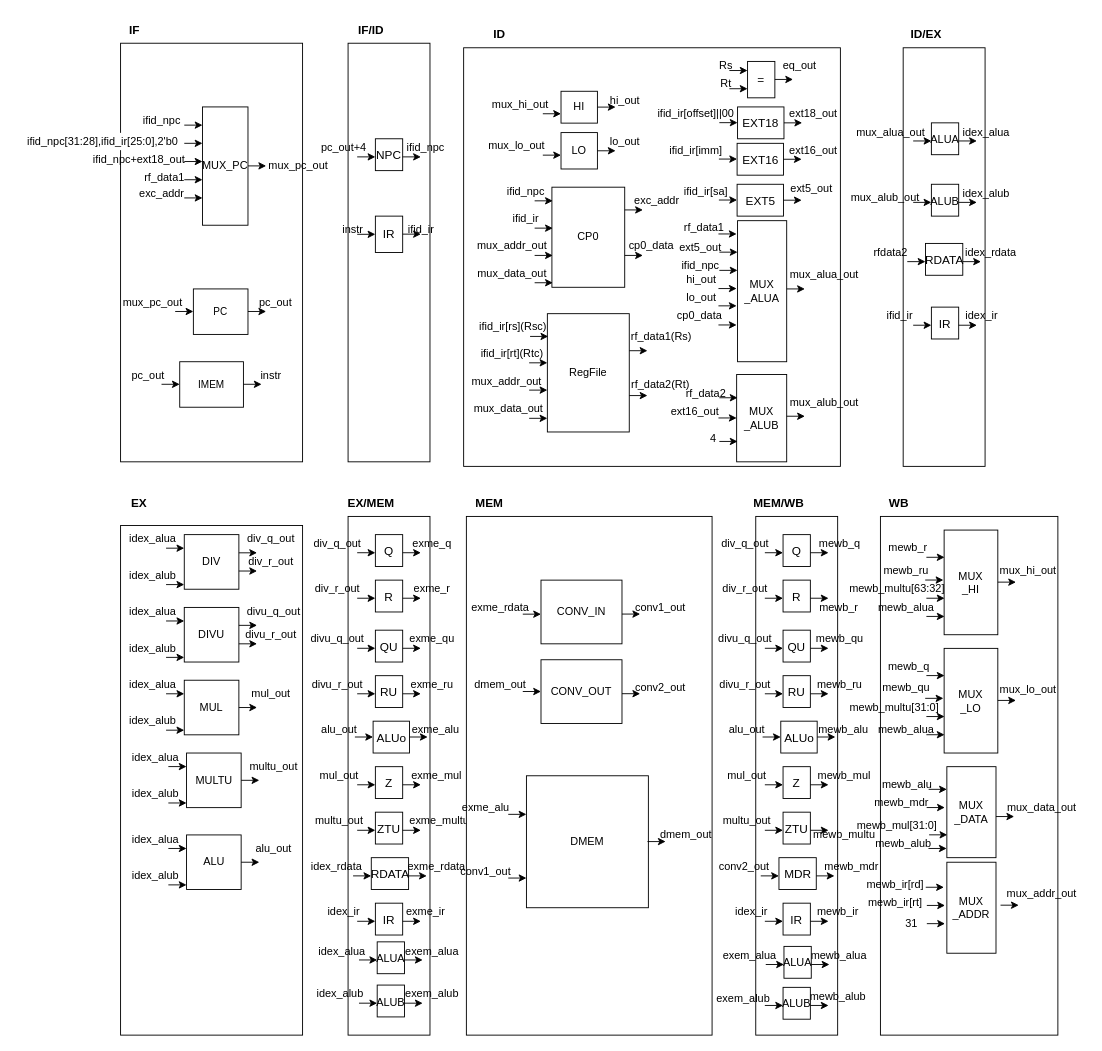
Earlier version of the draw.io diagram 静态流水线2.drawio (Raxio-Z/VGA_Game). Source tidied: cells renumbered, new cells numbered last; positions are measured from the earlier drawing's top-left corner, leaving out a move shared by most shapes. Both pictures are drawn from the tidied source at 91%, with x=0, y=0 at pixel (15, 15).
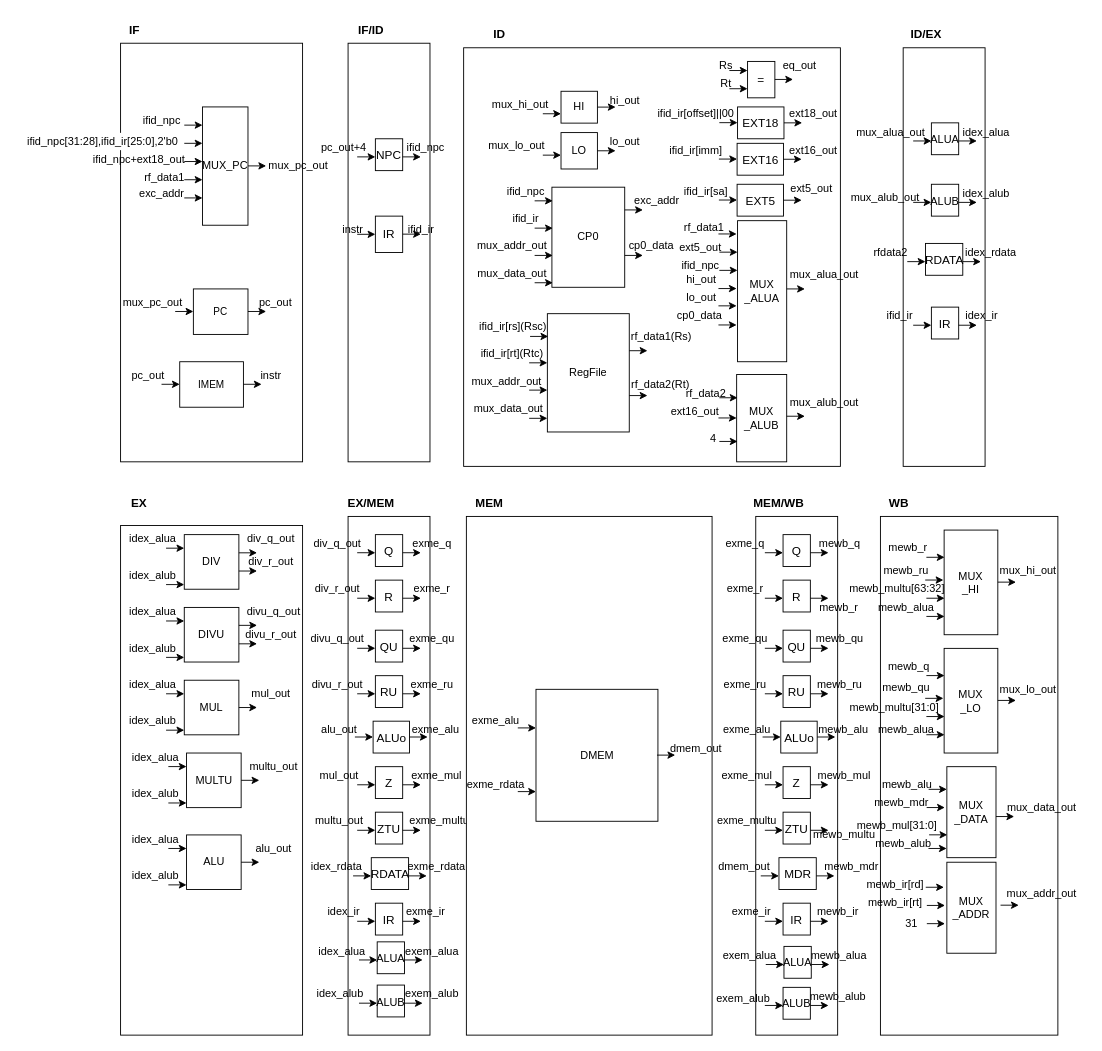
The same page after the edit.

Commit message:
更新静态流水线2.drawio

The edit, as a diff of the source:
```diff
@@
-<mxGraphModel>
+<mxGraphModel background="#ffffff">
@@
-    <mxCell id="229" value="CONV_IN" style="rounded=0;whiteSpace=wrap;html=1;fontSize=12;" parent="1" vertex="1">
-      <mxGeometry x="577" y="620" width="89" height="70" as="geometry" />
-    </mxCell>
-    <mxCell id="230" value="exme_rdata" style="text;html=1;align=center;verticalAlign=middle;fillColor=none;strokeColor=none;rounded=0;" parent="1" vertex="1">
-      <mxGeometry x="487" y="635" width="90" height="30" as="geometry" />
-    </mxCell>
-    <mxCell id="231" style="edgeStyle=none;orthogonalLoop=1;jettySize=auto;html=1;rounded=0;" parent="1" edge="1">
-      <mxGeometry relative="1" as="geometry">
-        <mxPoint x="557" y="657.4" as="sourcePoint" />
-        <mxPoint x="577" y="657.4" as="targetPoint" />
-      </mxGeometry>
-    </mxCell>
-    <mxCell id="232" style="edgeStyle=none;orthogonalLoop=1;jettySize=auto;html=1;rounded=0;" parent="1" edge="1">
-      <mxGeometry relative="1" as="geometry">
-        <mxPoint x="666" y="657.3" as="sourcePoint" />
-        <mxPoint x="686" y="657.3" as="targetPoint" />
-      </mxGeometry>
-    </mxCell>
-    <mxCell id="233" value="conv1_out" style="text;html=1;align=center;verticalAlign=middle;fillColor=none;strokeColor=none;rounded=0;" parent="1" vertex="1">
-      <mxGeometry x="668" y="635" width="80" height="30" as="geometry" />
-    </mxCell>
-    <mxCell id="234" value="CONV_OUT" style="rounded=0;whiteSpace=wrap;html=1;fontSize=12;" parent="1" vertex="1">
-      <mxGeometry x="577" y="707.5" width="89" height="70" as="geometry" />
-    </mxCell>
-    <mxCell id="235" value="dmem_out" style="text;html=1;align=center;verticalAlign=middle;fillColor=none;strokeColor=none;rounded=0;" parent="1" vertex="1">
-      <mxGeometry x="492" y="720" width="80" height="30" as="geometry" />
-    </mxCell>
-    <mxCell id="236" style="edgeStyle=none;orthogonalLoop=1;jettySize=auto;html=1;rounded=0;" parent="1" edge="1">
-      <mxGeometry relative="1" as="geometry">
-        <mxPoint x="557" y="742.4" as="sourcePoint" />
-        <mxPoint x="577" y="742.4" as="targetPoint" />
-      </mxGeometry>
-    </mxCell>
-    <mxCell id="237" style="edgeStyle=none;orthogonalLoop=1;jettySize=auto;html=1;rounded=0;" parent="1" edge="1">
-      <mxGeometry relative="1" as="geometry">
-        <mxPoint x="666" y="744.8" as="sourcePoint" />
-        <mxPoint x="686" y="744.8" as="targetPoint" />
-      </mxGeometry>
-    </mxCell>
-    <mxCell id="238" value="conv2_out" style="text;html=1;align=center;verticalAlign=middle;fillColor=none;strokeColor=none;rounded=0;" parent="1" vertex="1">
-      <mxGeometry x="668" y="722.5" width="80" height="30" as="geometry" />
-    </mxCell>
     <mxCell id="239" value="DMEM" style="rounded=0;whiteSpace=wrap;html=1;fontSize=12;" parent="1" vertex="1">
-      <mxGeometry x="561" y="835" width="134" height="145" as="geometry" />
+      <mxGeometry x="571.5" y="740" width="134" height="145" as="geometry" />
     </mxCell>
     <mxCell id="240" value="exme_alu" style="text;html=1;align=center;verticalAlign=middle;fillColor=none;strokeColor=none;rounded=0;" parent="1" vertex="1">
-      <mxGeometry x="476" y="855" width="80" height="30" as="geometry" />
+      <mxGeometry x="486.5" y="760" width="80" height="30" as="geometry" />
     </mxCell>
     <mxCell id="241" style="edgeStyle=none;orthogonalLoop=1;jettySize=auto;html=1;rounded=0;" parent="1" edge="1">
       <mxGeometry relative="1" as="geometry">
-        <mxPoint x="541" y="877.4" as="sourcePoint" />
-        <mxPoint x="561" y="877.4" as="targetPoint" />
+        <mxPoint x="551.5" y="782.4" as="sourcePoint" />
+        <mxPoint x="571.5" y="782.4" as="targetPoint" />
       </mxGeometry>
     </mxCell>
-    <mxCell id="242" value="conv1_out" style="text;html=1;align=center;verticalAlign=middle;fillColor=none;strokeColor=none;rounded=0;" parent="1" vertex="1">
-      <mxGeometry x="476" y="925" width="80" height="30" as="geometry" />
+    <mxCell id="242" value="exme_rdata" style="text;html=1;align=center;verticalAlign=middle;fillColor=none;strokeColor=none;rounded=0;" parent="1" vertex="1">
+      <mxGeometry x="481.5" y="830" width="90" height="30" as="geometry" />
     </mxCell>
     <mxCell id="243" style="edgeStyle=none;orthogonalLoop=1;jettySize=auto;html=1;rounded=0;" parent="1" edge="1">
       <mxGeometry relative="1" as="geometry">
-        <mxPoint x="541" y="947.4" as="sourcePoint" />
-        <mxPoint x="561" y="947.4" as="targetPoint" />
+        <mxPoint x="551.5" y="852.4" as="sourcePoint" />
+        <mxPoint x="571.5" y="852.4" as="targetPoint" />
       </mxGeometry>
     </mxCell>
     <mxCell id="244" style="edgeStyle=none;orthogonalLoop=1;jettySize=auto;html=1;rounded=0;" parent="1" edge="1">
       <mxGeometry relative="1" as="geometry">
-        <mxPoint x="694" y="907.3" as="sourcePoint" />
-        <mxPoint x="714" y="907.3" as="targetPoint" />
+        <mxPoint x="704.5" y="812.3" as="sourcePoint" />
+        <mxPoint x="724.5" y="812.3" as="targetPoint" />
       </mxGeometry>
     </mxCell>
     <mxCell id="245" value="dmem_out" style="text;html=1;align=center;verticalAlign=middle;fillColor=none;strokeColor=none;rounded=0;" parent="1" vertex="1">
-      <mxGeometry x="696" y="885" width="80" height="30" as="geometry" />
+      <mxGeometry x="706.5" y="790" width="80" height="30" as="geometry" />
     </mxCell>
@@
-    <mxCell id="251" value="div_q_out" style="text;html=1;align=center;verticalAlign=middle;fillColor=none;strokeColor=none;rounded=0;" parent="1" vertex="1">
-      <mxGeometry x="760.5" y="565" width="80" height="30" as="geometry" />
+    <mxCell id="251" value="exme_q" style="text;html=1;align=center;verticalAlign=middle;fillColor=none;strokeColor=none;rounded=0;" parent="1" vertex="1">
+      <mxGeometry x="765.5" y="565" width="70" height="30" as="geometry" />
     </mxCell>
@@
-    <mxCell id="256" value="divu_q_out" style="text;html=1;align=center;verticalAlign=middle;fillColor=none;strokeColor=none;rounded=0;" parent="1" vertex="1">
-      <mxGeometry x="760.5" y="670" width="80" height="30" as="geometry" />
+    <mxCell id="256" value="exme_qu" style="text;html=1;align=center;verticalAlign=middle;fillColor=none;strokeColor=none;rounded=0;" parent="1" vertex="1">
+      <mxGeometry x="765.5" y="670" width="70" height="30" as="geometry" />
     </mxCell>
@@
-    <mxCell id="261" value="div_r_out" style="text;html=1;align=center;verticalAlign=middle;fillColor=none;strokeColor=none;rounded=0;" parent="1" vertex="1">
-      <mxGeometry x="765.5" y="615" width="70" height="30" as="geometry" />
+    <mxCell id="261" value="exme_r" style="text;html=1;align=center;verticalAlign=middle;fillColor=none;strokeColor=none;rounded=0;" parent="1" vertex="1">
+      <mxGeometry x="770.5" y="615" width="60" height="30" as="geometry" />
     </mxCell>
@@
-    <mxCell id="266" value="divu_r_out" style="text;html=1;align=center;verticalAlign=middle;fillColor=none;strokeColor=none;rounded=0;" parent="1" vertex="1">
-      <mxGeometry x="760.5" y="720" width="80" height="30" as="geometry" />
+    <mxCell id="266" value="exme_ru" style="text;html=1;align=center;verticalAlign=middle;fillColor=none;strokeColor=none;rounded=0;" parent="1" vertex="1">
+      <mxGeometry x="765.5" y="720" width="70" height="30" as="geometry" />
     </mxCell>
@@
-    <mxCell id="271" value="alu_out" style="text;html=1;align=center;verticalAlign=middle;fillColor=none;strokeColor=none;rounded=0;" parent="1" vertex="1">
-      <mxGeometry x="773" y="770" width="60" height="30" as="geometry" />
+    <mxCell id="271" value="exme_alu" style="text;html=1;align=center;verticalAlign=middle;fillColor=none;strokeColor=none;rounded=0;" parent="1" vertex="1">
+      <mxGeometry x="763" y="770" width="80" height="30" as="geometry" />
     </mxCell>
@@
-    <mxCell id="277" value="mul_out" style="text;html=1;align=center;verticalAlign=middle;fillColor=none;strokeColor=none;rounded=0;" parent="1" vertex="1">
-      <mxGeometry x="768" y="820" width="70" height="30" as="geometry" />
+    <mxCell id="277" value="exme_mul" style="text;html=1;align=center;verticalAlign=middle;fillColor=none;strokeColor=none;rounded=0;" parent="1" vertex="1">
+      <mxGeometry x="763" y="820" width="80" height="30" as="geometry" />
     </mxCell>
@@
-    <mxCell id="282" value="multu_out" style="text;html=1;align=center;verticalAlign=middle;fillColor=none;strokeColor=none;rounded=0;" parent="1" vertex="1">
-      <mxGeometry x="763" y="870" width="80" height="30" as="geometry" />
+    <mxCell id="282" value="exme_multu" style="text;html=1;align=center;verticalAlign=middle;fillColor=none;strokeColor=none;rounded=0;" parent="1" vertex="1">
+      <mxGeometry x="758" y="870" width="90" height="30" as="geometry" />
     </mxCell>
@@
-    <mxCell id="285" value="conv2_out" style="text;html=1;align=center;verticalAlign=middle;fillColor=none;strokeColor=none;rounded=0;" parent="1" vertex="1">
+    <mxCell id="285" value="dmem_out" style="text;html=1;align=center;verticalAlign=middle;fillColor=none;strokeColor=none;rounded=0;" parent="1" vertex="1">
       <mxGeometry x="760" y="920" width="80" height="30" as="geometry" />
     </mxCell>
@@
-    <mxCell id="290" value="idex_ir" style="text;html=1;align=center;verticalAlign=middle;fillColor=none;strokeColor=none;rounded=0;" parent="1" vertex="1">
-      <mxGeometry x="778" y="970" width="60" height="30" as="geometry" />
+    <mxCell id="290" value="exme_ir" style="text;html=1;align=center;verticalAlign=middle;fillColor=none;strokeColor=none;rounded=0;" parent="1" vertex="1">
+      <mxGeometry x="773" y="970" width="70" height="30" as="geometry" />
     </mxCell>
```
